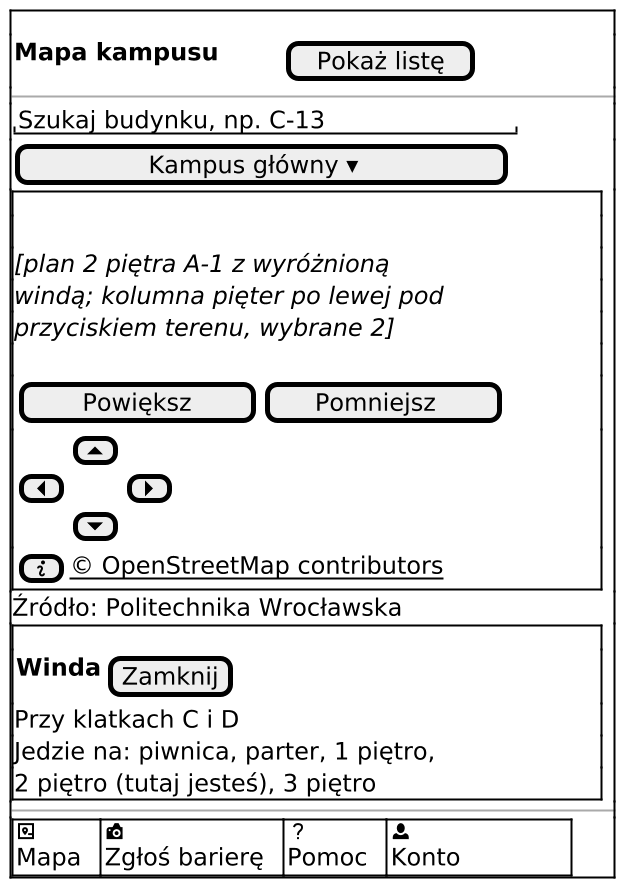
This is docs/docs/_generated/m-v1-mapa-plan-winda.png from dostepny-kampus/dostepny-kampus, a PlantUML export, as it was before one commit.
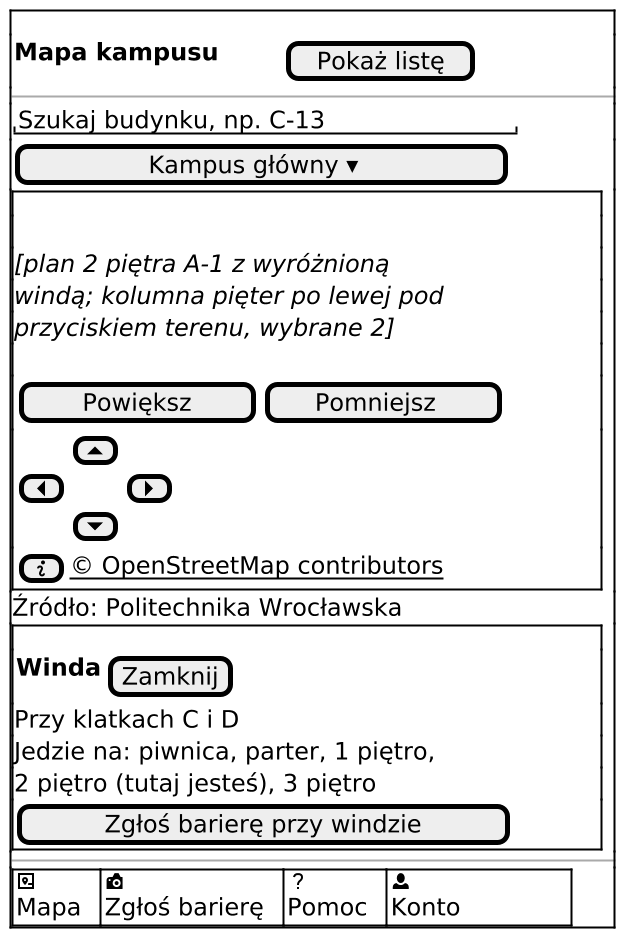
Later version of the same file.

Change to the diagram source:
```diff
@@ -13,6 +13,7 @@
 Przy klatkach C i D
 Jedzie na: piwnica, parter, 1 piętro,
 2 piętro (tutaj jesteś), 3 piętro
+$przycisk("Zgłoś barierę przy windzie")
 }
 $pasek_dolny_konto()
 $ekran_koniec()
```
